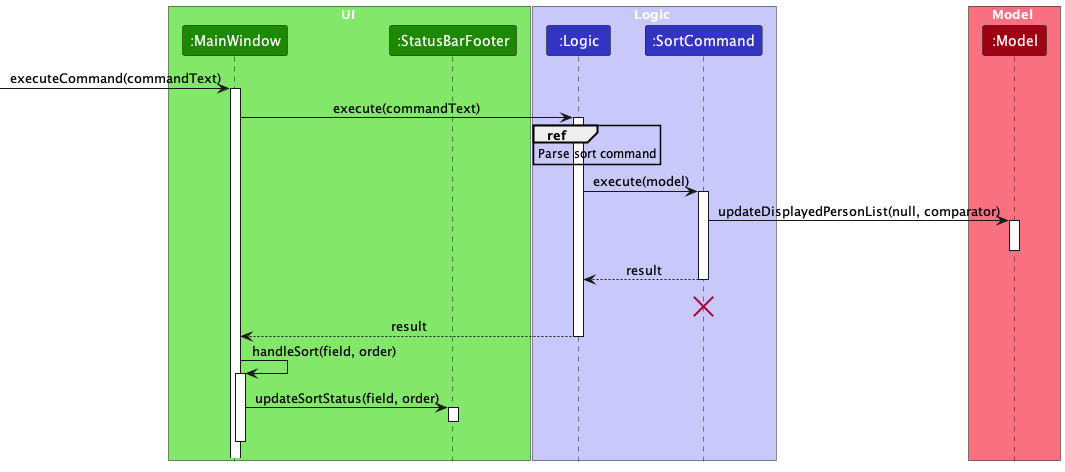
Before: docs/images/SortingSequenceDiagram.png, a diagram exported from PlantUML (nus-cs2103-AY2324S1/tp).
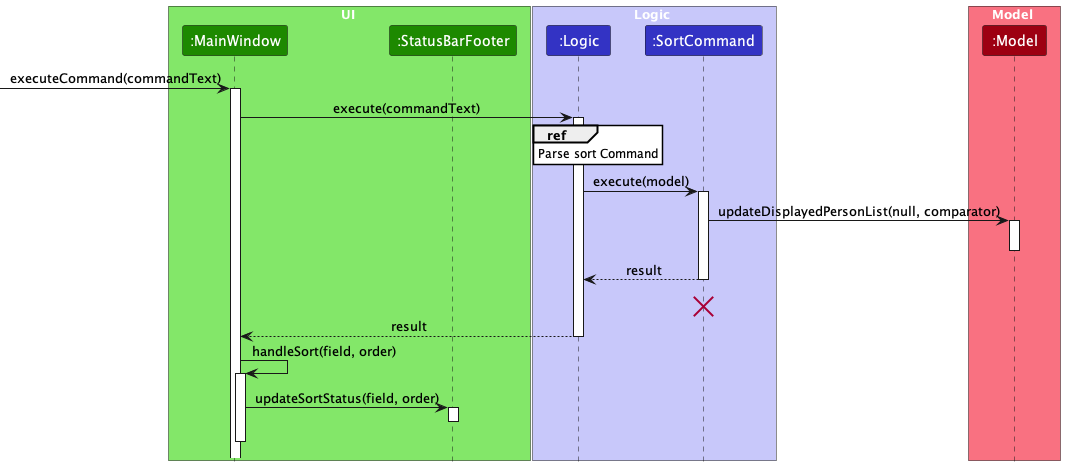
Later version of the same file.

Commit message:
Add background color to reference frame

Change to the diagram source:
```diff
@@ -1,56 +1,57 @@
 @startuml
 !include style.puml
 skinparam ArrowFontStyle plain
+skinparam sequenceReferenceBackgroundColor white
 
 box UI UI_COLOR_T1
-Participant ":MainWindow" as mainWindow UI_COLOR
-Participant ":StatusBarFooter" as statusBar UI_COLOR
+Participant ":MainWindow" as MainWindow UI_COLOR
+Participant ":StatusBarFooter" as StatusBar UI_COLOR
 end box
 
 box Logic LOGIC_COLOR_T1
-Participant ":Logic" as logic LOGIC_COLOR
-Participant ":SortCommand" as command LOGIC_COLOR
+Participant ":Logic" as Logic LOGIC_COLOR
+Participant ":SortCommand" as Command LOGIC_COLOR
 end box
 
 box Model MODEL_COLOR_T1
-participant ":Model" as model MODEL_COLOR
+participant ":Model" as Model MODEL_COLOR
 end box
 
--> mainWindow : executeCommand(commandText)
-activate mainWindow
+-> MainWindow : executeCommand(commandText)
+activate MainWindow
 
-mainWindow -> logic : execute(commandText)
-activate logic
+MainWindow -> Logic : execute(commandText)
+activate Logic
 
-ref over logic : Parse sort command
+ref over Logic : Parse sort Command
 
-logic -> command : execute(model)
-activate command
+Logic -> Command : execute(model)
+activate Command
 
-command -> model : updateDisplayedPersonList(null, comparator)
-activate model
+Command -> Model : updateDisplayedPersonList(null, comparator)
+activate Model
 
-deactivate model
+deactivate Model
 
-command --> logic : result
-deactivate command
+Command --> Logic : result
+deactivate Command
 
-command -[hidden]-> command
-destroy command
+Command -[hidden]-> Command
+destroy Command
 
-logic --> mainWindow : result
-deactivate logic
+Logic --> MainWindow : result
+deactivate Logic
 
-mainWindow -> mainWindow : handleSort(field, order)
-activate mainWindow
+MainWindow -> MainWindow : handleSort(field, order)
+activate MainWindow
 
-mainWindow -> statusBar : updateSortStatus(field, order)
-activate statusBar
+MainWindow -> StatusBar : updateSortStatus(field, order)
+activate StatusBar
 
-statusBar -[hidden]-> mainWindow
-deactivate statusBar
+StatusBar -[hidden]-> MainWindow
+deactivate StatusBar
 
-mainWindow -[hidden]-> mainWindow
-deactivate mainWindow
+MainWindow -[hidden]-> MainWindow
+deactivate MainWindow
 
 @enduml
```
